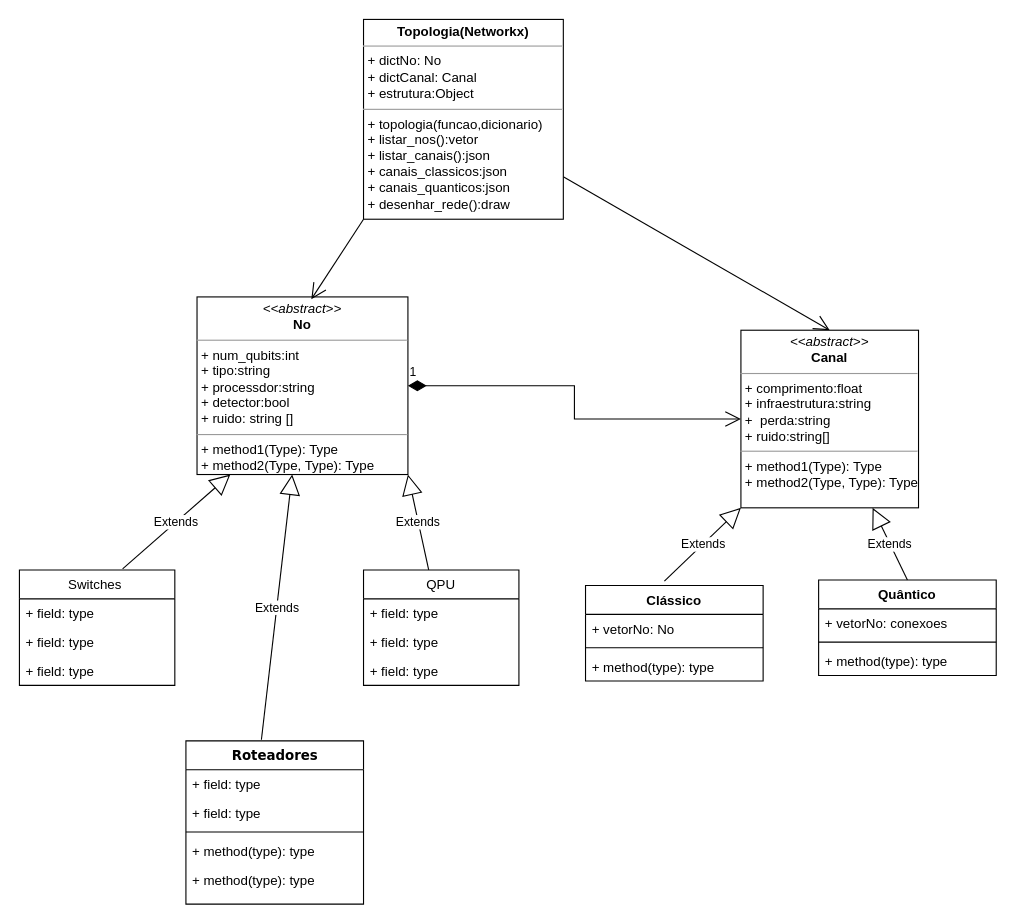
theQuBEquantum/qunet keeps this draw.io diagram as page "topologia-codigo" (7 of 7) of modelagem_simulador.drawio. Above is the earlier version. Source tidied: cells renumbered, new cells numbered last; positions are measured from the earlier drawing's top-left corner, leaving out a move shared by most shapes. Both pictures are drawn from the tidied source at 111%, with x=0, y=0 at pixel (19, 19).
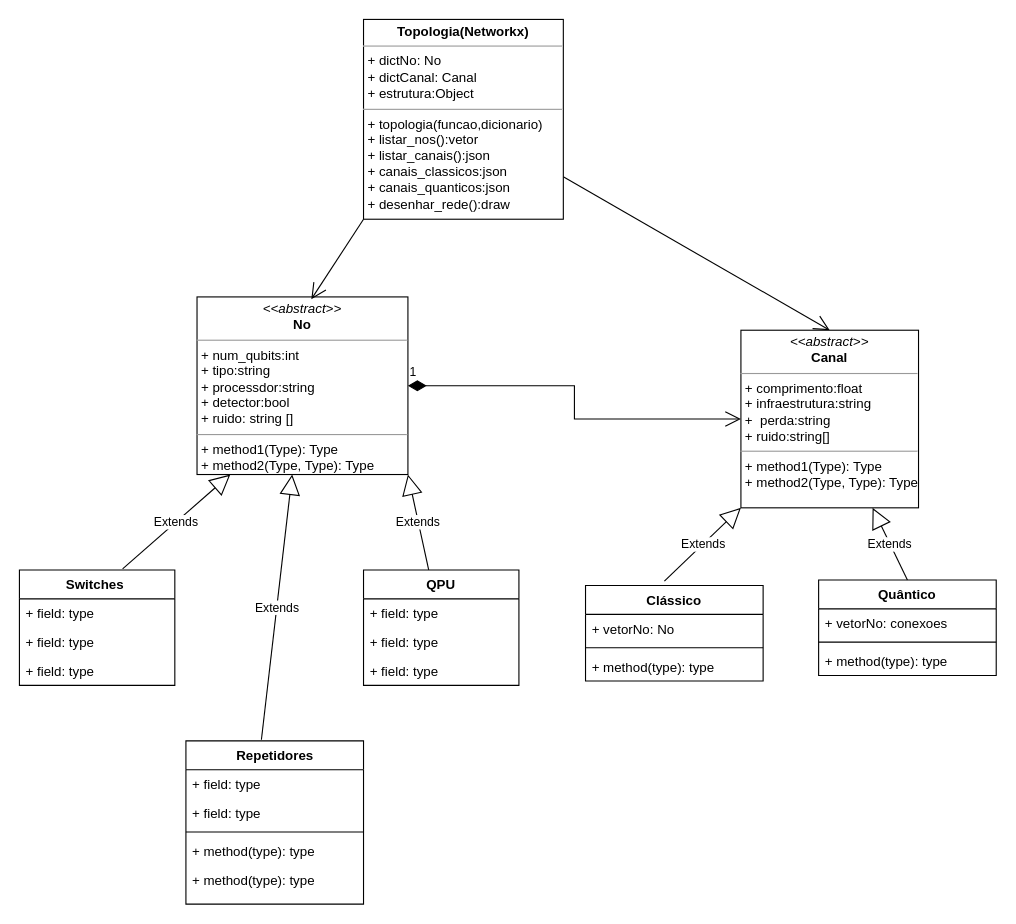
The same page after the edit.

Diff of the diagram source:
```diff
@@
-    <mxCell id="2" value="Roteadores" style="swimlane;html=1;fontStyle=1;align=center;verticalAlign=top;horizontal=1;startSize=26;swimlaneFillColor=#ffffff;rounded=0;shadow=0;comic=0;labelBackgroundColor=none;strokeWidth=1;fillColor=none;fontFamily=Verdana;fontSize=12;" parent="1" vertex="1">
+    <mxCell id="2" value="&lt;font face=&quot;Helvetica&quot;&gt;Repetidores&lt;/font&gt;" style="swimlane;html=1;fontStyle=1;align=center;verticalAlign=top;horizontal=1;startSize=26;swimlaneFillColor=#ffffff;rounded=0;shadow=0;comic=0;labelBackgroundColor=none;strokeWidth=1;fillColor=none;fontFamily=Verdana;fontSize=12;" parent="1" vertex="1">
       <mxGeometry x="150" y="650" width="160" height="147" as="geometry" />
     </mxCell>
@@
-    <mxCell id="8" value="Switches " style="swimlane;fontStyle=0;horizontal=1;startSize=26;fillColor=none;" parent="1" vertex="1">
+    <mxCell id="8" value="Switches " style="swimlane;fontStyle=1;horizontal=1;startSize=26;fillColor=none;" parent="1" vertex="1">
       <mxGeometry y="496" width="140" height="104" as="geometry" />
     </mxCell>
@@
-    <mxCell id="12" value="QPU" style="swimlane;fontStyle=0;horizontal=1;startSize=26;fillColor=none;" parent="1" vertex="1">
+    <mxCell id="12" value="QPU" style="swimlane;fontStyle=1;horizontal=1;startSize=26;fillColor=none;" parent="1" vertex="1">
       <mxGeometry x="310" y="496" width="140" height="104" as="geometry" />
     </mxCell>
```
